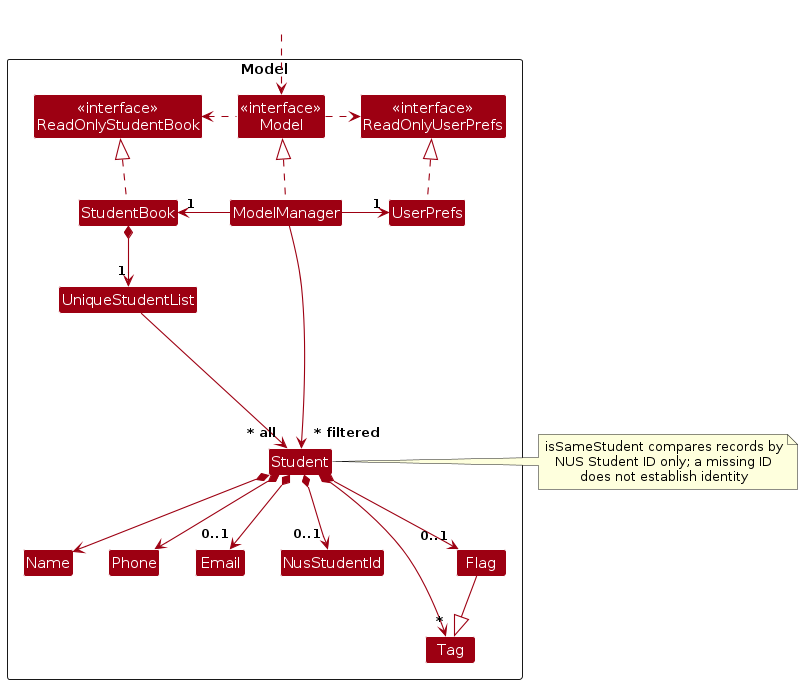
The PlantUML diagram diagrams/ModelClassDiagram.png in AY2627S1-CS2103T-T16-1/tp, before a commit. Its source is kept beside it as diagrams/ModelClassDiagram.puml.
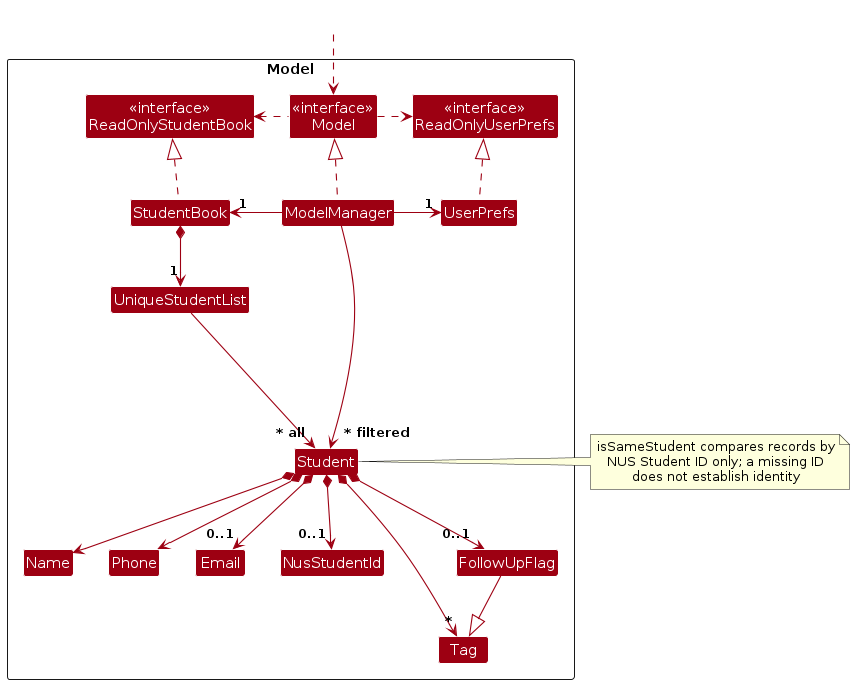
The same file after the commit.

The edit, as a diff of the source:
```diff
@@ -19,7 +19,7 @@
 Class NusStudentId
 Class Phone
 Class Tag
-Class Flag
+Class FollowUpFlag
 
 Class I #FFFFFF
 }
@@ -43,8 +43,8 @@
 Student *--> "0..1" Email
 Student *--> "0..1" NusStudentId
 Student *--> "*" Tag
-Student *--> "0..1" Flag
-Flag --|> Tag
+Student *--> "0..1" FollowUpFlag
+FollowUpFlag --|> Tag
 
 note right of Student
   isSameStudent compares records by
```
